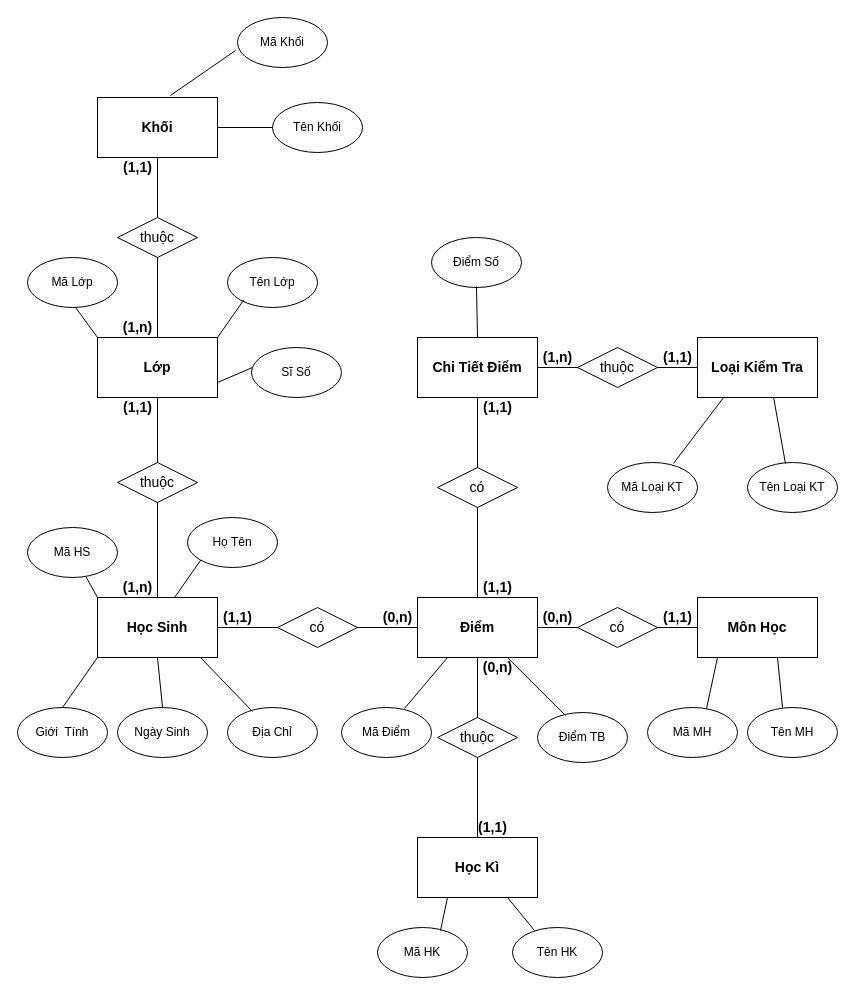
This is E-R.drawio from thaodtt09/test, a draw.io file, before an edit. Source tidied: cells renumbered, new cells numbered last; positions are measured from the earlier drawing's top-left corner, leaving out a move shared by most shapes. Both pictures are drawn from the tidied source at 100%, with x=0, y=0 at pixel (17, 17).
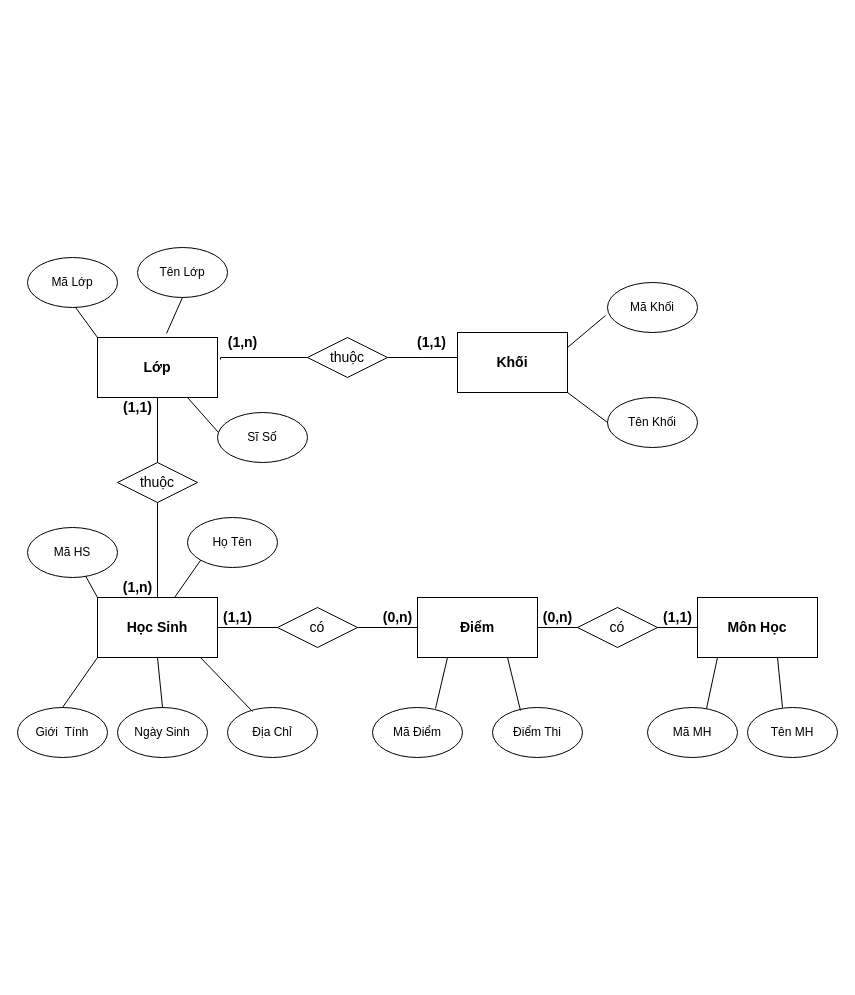
After the change.

Unchanged cells that the change refers to:
```xml
<mxCell id="8" value="&lt;span style=&quot;font-size: 14px&quot;&gt;&lt;b&gt;Điểm&lt;/b&gt;&lt;/span&gt;" style="rounded=0;whiteSpace=wrap;html=1;strokeWidth=1;" parent="1" vertex="1">
  <mxGeometry x="400" y="580" width="120" height="60" as="geometry" />
</mxCell>
<mxCell id="10" value="&lt;span style=&quot;font-size: 14px&quot;&gt;&lt;b&gt;Lớp&lt;/b&gt;&lt;/span&gt;" style="rounded=0;whiteSpace=wrap;html=1;strokeWidth=1;" parent="1" vertex="1">
  <mxGeometry x="80" y="320" width="120" height="60" as="geometry" />
</mxCell>
```

The edit, as a diff of the source:
```diff
@@
-    <mxCell id="6" style="edgeStyle=orthogonalEdgeStyle;rounded=0;jettySize=auto;html=1;exitX=0.5;exitY=1;exitDx=0;exitDy=0;entryX=0.5;entryY=0;entryDx=0;entryDy=0;endArrow=none;endFill=0;startArrow=none;" parent="1" edge="1" source="33" target="16">
-      <mxGeometry relative="1" as="geometry" />
-    </mxCell>
-    <mxCell id="7" style="edgeStyle=orthogonalEdgeStyle;rounded=0;jettySize=auto;html=1;exitX=0.5;exitY=0;exitDx=0;exitDy=0;entryX=0.5;entryY=1;entryDx=0;entryDy=0;endArrow=none;endFill=0;" parent="1" edge="1" source="8" target="12">
-      <mxGeometry relative="1" as="geometry" />
-    </mxCell>
@@
-    <mxCell id="9" style="edgeStyle=orthogonalEdgeStyle;rounded=0;jettySize=auto;html=1;exitX=0.5;exitY=0;exitDx=0;exitDy=0;entryX=0.5;entryY=1;entryDx=0;entryDy=0;endArrow=none;endFill=0;startArrow=none;" parent="1" edge="1" source="31" target="14">
-      <mxGeometry relative="1" as="geometry" />
-    </mxCell>
@@
-    <mxCell id="11" style="edgeStyle=orthogonalEdgeStyle;rounded=0;jettySize=auto;html=1;exitX=1;exitY=0.5;exitDx=0;exitDy=0;entryX=0;entryY=0.5;entryDx=0;entryDy=0;endArrow=none;endFill=0;startArrow=none;" parent="1" edge="1" source="40" target="15">
-      <mxGeometry relative="1" as="geometry" />
-    </mxCell>
-    <mxCell id="12" value="&lt;span style=&quot;font-size: 14px&quot;&gt;&lt;b&gt;Chi Tiết Điểm&lt;/b&gt;&lt;/span&gt;" style="rounded=0;whiteSpace=wrap;html=1;strokeWidth=1;" parent="1" vertex="1">
-      <mxGeometry x="400" y="320" width="120" height="60" as="geometry" />
-    </mxCell>
@@
     <mxCell id="14" value="&lt;span style=&quot;font-size: 14px&quot;&gt;&lt;b&gt;Khối&lt;/b&gt;&lt;/span&gt;" style="rounded=0;whiteSpace=wrap;html=1;strokeWidth=1;" parent="1" vertex="1">
-      <mxGeometry x="80" y="80" width="120" height="60" as="geometry" />
+      <mxGeometry x="440" y="315" width="110" height="60" as="geometry" />
     </mxCell>
-    <mxCell id="15" value="&lt;span style=&quot;font-size: 14px&quot;&gt;&lt;b&gt;Loại Kiểm Tra&lt;/b&gt;&lt;/span&gt;" style="rounded=0;whiteSpace=wrap;html=1;strokeWidth=1;" parent="1" vertex="1">
-      <mxGeometry x="680" y="320" width="120" height="60" as="geometry" />
-    </mxCell>
-    <mxCell id="16" value="&lt;span style=&quot;font-size: 14px&quot;&gt;&lt;b&gt;Học Kì&lt;/b&gt;&lt;/span&gt;" style="rounded=0;whiteSpace=wrap;html=1;strokeWidth=1;" parent="1" vertex="1">
-      <mxGeometry x="400" y="820" width="120" height="60" as="geometry" />
-    </mxCell>
@@
+    <mxCell id="80" style="edgeStyle=orthogonalEdgeStyle;rounded=0;jettySize=auto;html=1;exitX=1;exitY=0.5;exitDx=0;exitDy=0;endArrow=none;endFill=0;" parent="1" edge="1" source="31">
+      <mxGeometry relative="1" as="geometry">
+        <mxPoint x="440" y="340" as="targetPoint" />
+      </mxGeometry>
+    </mxCell>
     <mxCell id="31" value="&lt;font style=&quot;font-size: 14px&quot;&gt;thuộc&lt;/font&gt;" style="rhombus;whiteSpace=wrap;html=1;" parent="1" vertex="1">
-      <mxGeometry x="100" y="200" width="80" height="40" as="geometry" />
+      <mxGeometry x="290" y="320" width="80" height="40" as="geometry" />
     </mxCell>
-    <mxCell id="32" style="edgeStyle=orthogonalEdgeStyle;rounded=0;jettySize=auto;html=1;exitX=0.5;exitY=0;exitDx=0;exitDy=0;entryX=0.5;entryY=1;entryDx=0;entryDy=0;endArrow=none;endFill=0;" parent="1" edge="1" source="10" target="31">
-      <mxGeometry relative="1" as="geometry" />
+    <mxCell id="32" style="edgeStyle=orthogonalEdgeStyle;rounded=0;jettySize=auto;html=1;exitX=1.025;exitY=0.367;exitDx=0;exitDy=0;entryX=0;entryY=0.5;entryDx=0;entryDy=0;endArrow=none;endFill=0;exitPerimeter=0;" parent="1" edge="1" source="10" target="31">
+      <mxGeometry relative="1" as="geometry">
+        <Array as="points">
+          <mxPoint x="203" y="340" />
+        </Array>
+      </mxGeometry>
     </mxCell>
-    <mxCell id="33" value="&lt;font style=&quot;font-size: 14px&quot;&gt;thuộc&lt;/font&gt;" style="rhombus;whiteSpace=wrap;html=1;" parent="1" vertex="1">
-      <mxGeometry x="420" y="700" width="80" height="40" as="geometry" />
-    </mxCell>
-    <mxCell id="34" style="edgeStyle=orthogonalEdgeStyle;rounded=0;jettySize=auto;html=1;exitX=0.5;exitY=1;exitDx=0;exitDy=0;entryX=0.5;entryY=0;entryDx=0;entryDy=0;endArrow=none;endFill=0;" parent="1" edge="1" source="8" target="33">
-      <mxGeometry relative="1" as="geometry" />
-    </mxCell>
-    <mxCell id="35" value="Tên HK" style="ellipse;whiteSpace=wrap;html=1;" parent="1" vertex="1">
-      <mxGeometry x="495" y="910" width="90" height="50" as="geometry" />
-    </mxCell>
-    <mxCell id="36" value="Mã HK" style="ellipse;whiteSpace=wrap;html=1;" parent="1" vertex="1">
-      <mxGeometry x="360" y="910" width="90" height="50" as="geometry" />
-    </mxCell>
-    <mxCell id="37" style="endArrow=none;html=1;exitX=0.244;exitY=0.06;exitDx=0;exitDy=0;exitPerimeter=0;entryX=0.75;entryY=1;entryDx=0;entryDy=0;" parent="1" edge="1" source="35" target="16">
-      <mxGeometry relative="1" as="geometry" />
-    </mxCell>
-    <mxCell id="38" style="endArrow=none;html=1;exitX=0.7;exitY=0.06;exitDx=0;exitDy=0;exitPerimeter=0;entryX=0.25;entryY=1;entryDx=0;entryDy=0;" parent="1" edge="1" source="36" target="16">
-      <mxGeometry relative="1" as="geometry" />
-    </mxCell>
-    <mxCell id="39" value="&lt;font style=&quot;font-size: 14px&quot;&gt;có&lt;/font&gt;" style="rhombus;whiteSpace=wrap;html=1;" parent="1" vertex="1">
-      <mxGeometry x="420" y="450" width="80" height="40" as="geometry" />
-    </mxCell>
-    <mxCell id="40" value="&lt;font style=&quot;font-size: 14px&quot;&gt;thuộc&lt;/font&gt;" style="rhombus;whiteSpace=wrap;html=1;" parent="1" vertex="1">
-      <mxGeometry x="560" y="330" width="80" height="40" as="geometry" />
-    </mxCell>
-    <mxCell id="41" style="edgeStyle=orthogonalEdgeStyle;rounded=0;jettySize=auto;html=1;exitX=1;exitY=0.5;exitDx=0;exitDy=0;entryX=0;entryY=0.5;entryDx=0;entryDy=0;endArrow=none;endFill=0;" parent="1" edge="1" source="12" target="40">
-      <mxGeometry relative="1" as="geometry" />
-    </mxCell>
@@
     <mxCell id="47" value="Mã Điểm" style="ellipse;whiteSpace=wrap;html=1;" parent="1" vertex="1">
-      <mxGeometry x="324" y="690" width="90" height="50" as="geometry" />
+      <mxGeometry x="355" y="690" width="90" height="50" as="geometry" />
     </mxCell>
     <mxCell id="48" value="Sĩ Số" style="ellipse;whiteSpace=wrap;html=1;" parent="1" vertex="1">
-      <mxGeometry x="234" y="330" width="90" height="50" as="geometry" />
+      <mxGeometry x="200" y="395" width="90" height="50" as="geometry" />
     </mxCell>
     <mxCell id="49" value="Tên Lớp" style="ellipse;whiteSpace=wrap;html=1;" parent="1" vertex="1">
-      <mxGeometry x="210" y="240" width="90" height="50" as="geometry" />
+      <mxGeometry x="120" y="230" width="90" height="50" as="geometry" />
     </mxCell>
@@
-    <mxCell id="51" style="endArrow=none;html=1;exitX=0.011;exitY=0.4;exitDx=0;exitDy=0;exitPerimeter=0;entryX=1;entryY=0.75;entryDx=0;entryDy=0;" parent="1" edge="1" source="48" target="10">
+    <mxCell id="51" style="endArrow=none;html=1;exitX=0.011;exitY=0.4;exitDx=0;exitDy=0;exitPerimeter=0;entryX=0.75;entryY=1;entryDx=0;entryDy=0;" parent="1" edge="1" source="48" target="10">
       <mxGeometry relative="1" as="geometry" />
     </mxCell>
@@
-    <mxCell id="53" style="endArrow=none;html=1;exitX=0.642;exitY=0;exitDx=0;exitDy=0;exitPerimeter=0;entryX=0;entryY=1;entryDx=0;entryDy=0;" parent="1" edge="1">
-      <mxGeometry relative="1" as="geometry">
-        <mxPoint x="200" y="320" as="sourcePoint" />
-        <mxPoint x="226.1" y="282.7" as="targetPoint" />
-      </mxGeometry>
+    <mxCell id="53" style="endArrow=none;html=1;exitX=0.575;exitY=-0.067;exitDx=0;exitDy=0;exitPerimeter=0;entryX=0.5;entryY=1;entryDx=0;entryDy=0;" parent="1" edge="1" source="10" target="49">
+      <mxGeometry relative="1" as="geometry" />
     </mxCell>
     <mxCell id="54" value="Tên Khối" style="ellipse;whiteSpace=wrap;html=1;" parent="1" vertex="1">
-      <mxGeometry x="255" y="85" width="90" height="50" as="geometry" />
+      <mxGeometry x="590" y="380" width="90" height="50" as="geometry" />
     </mxCell>
     <mxCell id="55" value="Mã Khối" style="ellipse;whiteSpace=wrap;html=1;" parent="1" vertex="1">
-      <mxGeometry x="220" width="90" height="50" as="geometry" />
+      <mxGeometry x="590" y="265" width="90" height="50" as="geometry" />
     </mxCell>
-    <mxCell id="56" style="endArrow=none;html=1;exitX=1;exitY=0.5;exitDx=0;exitDy=0;entryX=0;entryY=0.5;entryDx=0;entryDy=0;" parent="1" edge="1" source="14" target="54">
+    <mxCell id="56" style="endArrow=none;html=1;exitX=1;exitY=1;exitDx=0;exitDy=0;entryX=0;entryY=0.5;entryDx=0;entryDy=0;" parent="1" edge="1" source="14" target="54">
       <mxGeometry relative="1" as="geometry" />
     </mxCell>
-    <mxCell id="57" style="endArrow=none;html=1;exitX=0.608;exitY=-0.033;exitDx=0;exitDy=0;exitPerimeter=0;entryX=-0.022;entryY=0.66;entryDx=0;entryDy=0;entryPerimeter=0;" parent="1" edge="1" source="14" target="55">
+    <mxCell id="57" style="endArrow=none;html=1;exitX=1;exitY=0.25;exitDx=0;exitDy=0;entryX=-0.022;entryY=0.66;entryDx=0;entryDy=0;entryPerimeter=0;" parent="1" edge="1" source="14" target="55">
       <mxGeometry relative="1" as="geometry" />
     </mxCell>
-    <mxCell id="58" value="Điểm Số" style="ellipse;whiteSpace=wrap;html=1;" parent="1" vertex="1">
-      <mxGeometry x="414" y="220" width="90" height="50" as="geometry" />
-    </mxCell>
-    <mxCell id="59" value="Mã Loại KT" style="ellipse;whiteSpace=wrap;html=1;" parent="1" vertex="1">
-      <mxGeometry x="590" y="445" width="90" height="50" as="geometry" />
-    </mxCell>
-    <mxCell id="60" value="Tên Loại KT" style="ellipse;whiteSpace=wrap;html=1;" parent="1" vertex="1">
-      <mxGeometry x="730" y="445" width="90" height="50" as="geometry" />
-    </mxCell>
-    <mxCell id="61" style="endArrow=none;html=1;exitX=0.422;exitY=0.02;exitDx=0;exitDy=0;exitPerimeter=0;entryX=0;entryY=1;entryDx=0;entryDy=0;" parent="1" edge="1" source="60">
-      <mxGeometry relative="1" as="geometry">
-        <mxPoint x="756.1" y="380" as="targetPoint" />
-      </mxGeometry>
-    </mxCell>
-    <mxCell id="62" style="endArrow=none;html=1;exitX=0.733;exitY=0.02;exitDx=0;exitDy=0;exitPerimeter=0;entryX=0;entryY=1;entryDx=0;entryDy=0;" parent="1" edge="1" source="59">
-      <mxGeometry relative="1" as="geometry">
-        <mxPoint x="706.1" y="380" as="targetPoint" />
-      </mxGeometry>
-    </mxCell>
-    <mxCell id="63" style="endArrow=none;html=1;exitX=0.5;exitY=0;exitDx=0;exitDy=0;entryX=0.5;entryY=0.98;entryDx=0;entryDy=0;entryPerimeter=0;" parent="1" edge="1" source="12" target="58">
-      <mxGeometry relative="1" as="geometry" />
-    </mxCell>
-    <mxCell id="64" value="Điểm TB" style="ellipse;whiteSpace=wrap;html=1;" parent="1" vertex="1">
-      <mxGeometry x="520" y="695" width="90" height="50" as="geometry" />
+    <mxCell id="64" value="Điểm Thi" style="ellipse;whiteSpace=wrap;html=1;" parent="1" vertex="1">
+      <mxGeometry x="475" y="690" width="90" height="50" as="geometry" />
     </mxCell>
@@
-    <mxCell id="68" value="&lt;b&gt;&lt;font style=&quot;font-size: 14px&quot;&gt;(0,n)&lt;/font&gt;&lt;/b&gt;" style="text;html=1;align=center;verticalAlign=middle;strokeColor=none;" parent="1" vertex="1">
-      <mxGeometry x="455" y="640" width="50" height="20" as="geometry" />
-    </mxCell>
-    <mxCell id="69" value="&lt;b&gt;&lt;font style=&quot;font-size: 14px&quot;&gt;(1,1)&lt;/font&gt;&lt;/b&gt;" style="text;html=1;align=center;verticalAlign=middle;strokeColor=none;" parent="1" vertex="1">
-      <mxGeometry x="455" y="800" width="40" height="20" as="geometry" />
-    </mxCell>
@@
-    <mxCell id="74" value="&lt;b&gt;&lt;font style=&quot;font-size: 14px&quot;&gt;(1,1)&lt;/font&gt;&lt;/b&gt;" style="text;html=1;align=center;verticalAlign=middle;strokeColor=none;" parent="1" vertex="1">
-      <mxGeometry x="460" y="560" width="40" height="20" as="geometry" />
-    </mxCell>
-    <mxCell id="75" value="&lt;b&gt;&lt;font style=&quot;font-size: 14px&quot;&gt;(1,1)&lt;/font&gt;&lt;/b&gt;" style="text;html=1;align=center;verticalAlign=middle;strokeColor=none;" parent="1" vertex="1">
-      <mxGeometry x="460" y="380" width="40" height="20" as="geometry" />
-    </mxCell>
-    <mxCell id="76" value="&lt;b&gt;&lt;font style=&quot;font-size: 14px&quot;&gt;(1,n)&lt;/font&gt;&lt;/b&gt;" style="text;html=1;align=center;verticalAlign=middle;strokeColor=none;" parent="1" vertex="1">
-      <mxGeometry x="515" y="330" width="50" height="20" as="geometry" />
-    </mxCell>
-    <mxCell id="77" value="&lt;b&gt;&lt;font style=&quot;font-size: 14px&quot;&gt;(1,1)&lt;/font&gt;&lt;/b&gt;" style="text;html=1;align=center;verticalAlign=middle;strokeColor=none;" parent="1" vertex="1">
-      <mxGeometry x="640" y="330" width="40" height="20" as="geometry" />
-    </mxCell>
     <mxCell id="78" value="&lt;b&gt;&lt;font style=&quot;font-size: 14px&quot;&gt;(1,n)&lt;/font&gt;&lt;/b&gt;" style="text;html=1;align=center;verticalAlign=middle;strokeColor=none;" parent="1" vertex="1">
-      <mxGeometry x="95" y="300" width="50" height="20" as="geometry" />
+      <mxGeometry x="200" y="315" width="50" height="20" as="geometry" />
     </mxCell>
     <mxCell id="79" value="&lt;b&gt;&lt;font style=&quot;font-size: 14px&quot;&gt;(1,1)&lt;/font&gt;&lt;/b&gt;" style="text;html=1;align=center;verticalAlign=middle;strokeColor=none;" parent="1" vertex="1">
-      <mxGeometry x="100" y="140" width="40" height="20" as="geometry" />
+      <mxGeometry x="394" y="315" width="40" height="20" as="geometry" />
     </mxCell>
```
